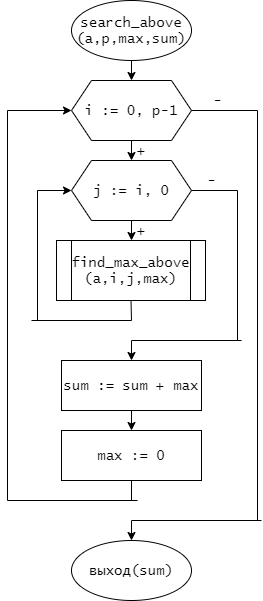
This is лр5/search_above.png from Aprokun/-, a draw.io export, as it was before one commit. Source tidied: cells renumbered, new cells last; positions are measured from the earlier drawing's top-left corner, leaving out a move shared by most shapes.
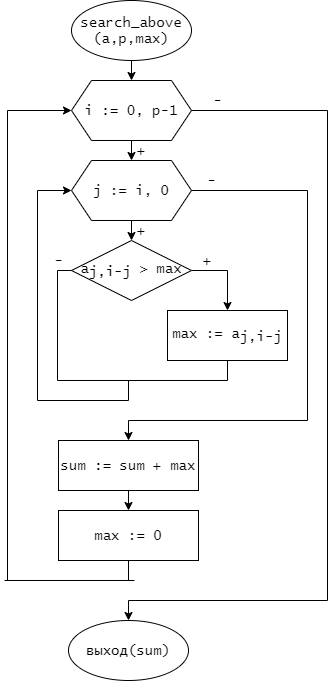
Above is the later version.

Change to the diagram source:
```diff
@@ -7,7 +7,7 @@
         <mxPoint x="124" y="80" as="targetPoint" />
       </mxGeometry>
     </mxCell>
-    <mxCell id="3" value="search_above&lt;br&gt;(a,p,max,sum)" style="ellipse;whiteSpace=wrap;html=1;fontSize=14;fontFamily=Lucida Console;" parent="1" vertex="1">
+    <mxCell id="3" value="search_above&lt;br&gt;(a,p,max)" style="ellipse;whiteSpace=wrap;html=1;fontSize=14;fontFamily=Lucida Console;" parent="1" vertex="1">
       <mxGeometry x="64" width="120" height="60" as="geometry" />
     </mxCell>
     <mxCell id="4" style="edgeStyle=orthogonalEdgeStyle;rounded=0;jettySize=auto;html=1;exitX=0.5;exitY=1;exitDx=0;exitDy=0;entryX=0.5;entryY=0;entryDx=0;entryDy=0;fontFamily=Lucida Console;fontSize=14;" parent="1" edge="1" source="5" target="7">
@@ -24,18 +24,15 @@
     <mxCell id="7" value="j := i, 0" style="shape=hexagon;perimeter=hexagonPerimeter2;whiteSpace=wrap;html=1;fixedSize=1;fontFamily=Lucida Console;fontSize=14;" parent="1" vertex="1">
       <mxGeometry x="64" y="160" width="120" height="60" as="geometry" />
     </mxCell>
-    <mxCell id="8" value="find_max_above&lt;br&gt;(a,i,j,max)" style="shape=process;whiteSpace=wrap;html=1;backgroundOutline=1;fontFamily=Lucida Console;fontSize=14;" parent="1" vertex="1">
-      <mxGeometry x="49" y="240" width="149" height="60" as="geometry" />
-    </mxCell>
     <mxCell id="9" style="endArrow=none;html=1;fontFamily=Lucida Console;fontSize=14;" parent="1" edge="1">
       <mxGeometry relative="1" as="geometry">
-        <mxPoint x="24" y="320" as="sourcePoint" />
-        <mxPoint x="124" y="320" as="targetPoint" />
+        <mxPoint x="30" y="400" as="sourcePoint" />
+        <mxPoint x="121" y="400" as="targetPoint" />
       </mxGeometry>
     </mxCell>
     <mxCell id="10" style="endArrow=none;html=1;fontFamily=Lucida Console;fontSize=14;" parent="1" edge="1">
       <mxGeometry relative="1" as="geometry">
-        <mxPoint x="30" y="320" as="sourcePoint" />
+        <mxPoint x="30" y="400" as="sourcePoint" />
         <mxPoint x="30" y="190" as="targetPoint" />
       </mxGeometry>
     </mxCell>
@@ -43,25 +40,25 @@
       <mxGeometry relative="1" as="geometry" />
     </mxCell>
     <mxCell id="12" value="sum := sum + max" style="rounded=0;whiteSpace=wrap;html=1;fontFamily=Lucida Console;fontSize=14;" parent="1" vertex="1">
-      <mxGeometry x="54" y="360" width="140" height="50" as="geometry" />
+      <mxGeometry x="51" y="440" width="140" height="50" as="geometry" />
     </mxCell>
     <mxCell id="13" value="max := 0" style="rounded=0;whiteSpace=wrap;html=1;fontFamily=Lucida Console;fontSize=14;" parent="1" vertex="1">
-      <mxGeometry x="54" y="430" width="140" height="50" as="geometry" />
+      <mxGeometry x="51" y="510" width="140" height="50" as="geometry" />
     </mxCell>
     <mxCell id="14" style="endArrow=none;html=1;fontFamily=Lucida Console;fontSize=14;exitX=0.5;exitY=1;exitDx=0;exitDy=0;" parent="1" edge="1" source="13">
       <mxGeometry relative="1" as="geometry">
-        <mxPoint x="124" y="500" as="targetPoint" />
+        <mxPoint x="121" y="580" as="targetPoint" />
       </mxGeometry>
     </mxCell>
     <mxCell id="15" style="endArrow=none;html=1;fontFamily=Lucida Console;fontSize=14;" parent="1" edge="1">
       <mxGeometry relative="1" as="geometry">
-        <mxPoint x="130" y="500" as="sourcePoint" />
-        <mxPoint y="500" as="targetPoint" />
+        <mxPoint x="127" y="580" as="sourcePoint" />
+        <mxPoint x="-3" y="580" as="targetPoint" />
       </mxGeometry>
     </mxCell>
     <mxCell id="16" style="endArrow=none;html=1;fontFamily=Lucida Console;fontSize=14;" parent="1" edge="1">
       <mxGeometry relative="1" as="geometry">
-        <mxPoint y="500" as="sourcePoint" />
+        <mxPoint y="580" as="sourcePoint" />
         <mxPoint y="110" as="targetPoint" />
       </mxGeometry>
     </mxCell>
@@ -72,49 +69,49 @@
     </mxCell>
     <mxCell id="18" style="endArrow=none;html=1;fontFamily=Lucida Console;fontSize=14;entryX=1;entryY=0.5;entryDx=0;entryDy=0;" parent="1" edge="1" target="7">
       <mxGeometry relative="1" as="geometry">
-        <mxPoint x="230" y="190" as="sourcePoint" />
+        <mxPoint x="300" y="190" as="sourcePoint" />
       </mxGeometry>
     </mxCell>
     <mxCell id="19" style="endArrow=none;html=1;fontFamily=Lucida Console;fontSize=14;" parent="1" edge="1">
       <mxGeometry relative="1" as="geometry">
-        <mxPoint x="230" y="340" as="sourcePoint" />
-        <mxPoint x="230" y="190" as="targetPoint" />
+        <mxPoint x="300" y="420" as="sourcePoint" />
+        <mxPoint x="300" y="190" as="targetPoint" />
       </mxGeometry>
     </mxCell>
     <mxCell id="20" style="endArrow=none;html=1;fontFamily=Lucida Console;fontSize=14;" parent="1" edge="1">
       <mxGeometry relative="1" as="geometry">
-        <mxPoint x="124" y="340" as="sourcePoint" />
-        <mxPoint x="234" y="340" as="targetPoint" />
+        <mxPoint x="121" y="420" as="sourcePoint" />
+        <mxPoint x="300" y="420" as="targetPoint" />
       </mxGeometry>
     </mxCell>
     <mxCell id="21" style="endArrow=classic;html=1;fontFamily=Lucida Console;fontSize=14;entryX=0.5;entryY=0;entryDx=0;entryDy=0;" parent="1" edge="1" target="12">
       <mxGeometry relative="1" as="geometry">
-        <mxPoint x="124" y="340" as="sourcePoint" />
+        <mxPoint x="121" y="420" as="sourcePoint" />
       </mxGeometry>
     </mxCell>
     <mxCell id="22" style="endArrow=none;html=1;fontFamily=Lucida Console;fontSize=14;entryX=1;entryY=0.5;entryDx=0;entryDy=0;" parent="1" edge="1" target="5">
       <mxGeometry relative="1" as="geometry">
-        <mxPoint x="250" y="110" as="sourcePoint" />
+        <mxPoint x="320" y="110" as="sourcePoint" />
       </mxGeometry>
     </mxCell>
     <mxCell id="23" style="endArrow=none;html=1;fontFamily=Lucida Console;fontSize=14;" parent="1" edge="1">
       <mxGeometry relative="1" as="geometry">
-        <mxPoint x="250" y="520" as="sourcePoint" />
-        <mxPoint x="250" y="110" as="targetPoint" />
+        <mxPoint x="320" y="600" as="sourcePoint" />
+        <mxPoint x="320" y="110" as="targetPoint" />
       </mxGeometry>
     </mxCell>
     <mxCell id="24" style="endArrow=none;html=1;fontFamily=Lucida Console;fontSize=14;" parent="1" edge="1">
       <mxGeometry relative="1" as="geometry">
-        <mxPoint x="254" y="520" as="sourcePoint" />
-        <mxPoint x="124" y="520" as="targetPoint" />
+        <mxPoint x="320" y="600" as="sourcePoint" />
+        <mxPoint x="121" y="600" as="targetPoint" />
       </mxGeometry>
     </mxCell>
     <mxCell id="25" value="выход(sum)" style="ellipse;whiteSpace=wrap;html=1;fontFamily=Lucida Console;fontSize=14;" parent="1" vertex="1">
-      <mxGeometry x="64" y="540" width="120" height="60" as="geometry" />
+      <mxGeometry x="61" y="620" width="120" height="60" as="geometry" />
     </mxCell>
     <mxCell id="26" style="endArrow=classic;html=1;fontFamily=Lucida Console;fontSize=14;entryX=0.5;entryY=0;entryDx=0;entryDy=0;" parent="1" edge="1" target="25">
       <mxGeometry relative="1" as="geometry">
-        <mxPoint x="124" y="520" as="sourcePoint" />
+        <mxPoint x="121" y="600" as="sourcePoint" />
       </mxGeometry>
     </mxCell>
     <mxCell id="27" value="-" style="text;html=1;align=center;verticalAlign=middle;fontSize=14;fontFamily=Lucida Console;" parent="1" vertex="1">
@@ -129,9 +126,10 @@
     <mxCell id="30" value="+" style="text;html=1;align=center;verticalAlign=middle;fontSize=14;fontFamily=Lucida Console;" parent="1" vertex="1">
       <mxGeometry x="124" y="220" width="20" height="20" as="geometry" />
     </mxCell>
-    <mxCell id="31" style="endArrow=none;html=1;entryX=0.5;entryY=1;entryDx=0;entryDy=0;" parent="1" edge="1" target="8">
+    <mxCell id="31" style="endArrow=none;html=1;" parent="1" edge="1">
       <mxGeometry relative="1" as="geometry">
-        <mxPoint x="124" y="320" as="sourcePoint" />
+        <mxPoint x="121" y="400" as="sourcePoint" />
+        <mxPoint x="121" y="380" as="targetPoint" />
       </mxGeometry>
     </mxCell>
     <mxCell id="32" style="endArrow=classic;html=1;entryX=0;entryY=0.5;entryDx=0;entryDy=0;" parent="1" edge="1" target="7">
@@ -139,5 +137,42 @@
         <mxPoint x="30" y="190" as="sourcePoint" />
       </mxGeometry>
     </mxCell>
+    <mxCell id="33" style="edgeStyle=orthogonalEdgeStyle;rounded=0;jettySize=auto;html=1;exitX=1;exitY=0.5;exitDx=0;exitDy=0;entryX=0.5;entryY=0;entryDx=0;entryDy=0;fontFamily=Lucida Console;fontSize=14;" parent="1" edge="1" source="34" target="35">
+      <mxGeometry relative="1" as="geometry" />
+    </mxCell>
+    <mxCell id="34" value="a&lt;sub style=&quot;font-size: 14px;&quot;&gt;j,i-j&lt;/sub&gt;&amp;nbsp;&amp;gt; max" style="rhombus;whiteSpace=wrap;html=1;fontSize=14;fontFamily=Lucida Console;" parent="1" vertex="1">
+      <mxGeometry x="64" y="240" width="120" height="60" as="geometry" />
+    </mxCell>
+    <mxCell id="35" value="max := a&lt;sub style=&quot;font-size: 14px&quot;&gt;j,i-j&lt;/sub&gt;" style="rounded=0;whiteSpace=wrap;html=1;fontFamily=Lucida Console;fontSize=14;" parent="1" vertex="1">
+      <mxGeometry x="160" y="310" width="120" height="50" as="geometry" />
+    </mxCell>
+    <mxCell id="36" style="endArrow=none;html=1;fontFamily=Lucida Console;fontSize=14;entryX=0;entryY=0.5;entryDx=0;entryDy=0;" parent="1" edge="1" target="34">
+      <mxGeometry relative="1" as="geometry">
+        <mxPoint x="50" y="270" as="sourcePoint" />
+      </mxGeometry>
+    </mxCell>
+    <mxCell id="37" style="endArrow=none;html=1;fontFamily=Lucida Console;fontSize=14;" parent="1" edge="1">
+      <mxGeometry relative="1" as="geometry">
+        <mxPoint x="50" y="380" as="sourcePoint" />
+        <mxPoint x="50" y="270" as="targetPoint" />
+      </mxGeometry>
+    </mxCell>
+    <mxCell id="38" style="endArrow=none;html=1;fontFamily=Lucida Console;fontSize=14;entryX=0.5;entryY=1;entryDx=0;entryDy=0;" parent="1" edge="1" target="35">
+      <mxGeometry relative="1" as="geometry">
+        <mxPoint x="220" y="380" as="sourcePoint" />
+      </mxGeometry>
+    </mxCell>
+    <mxCell id="39" style="endArrow=none;html=1;fontFamily=Lucida Console;fontSize=14;" parent="1" edge="1">
+      <mxGeometry relative="1" as="geometry">
+        <mxPoint x="50" y="380" as="sourcePoint" />
+        <mxPoint x="220" y="380" as="targetPoint" />
+      </mxGeometry>
+    </mxCell>
+    <mxCell id="40" value="+" style="text;html=1;align=center;verticalAlign=middle;fontFamily=Lucida Console;fontSize=14;" parent="1" vertex="1">
+      <mxGeometry x="190" y="250" width="20" height="20" as="geometry" />
+    </mxCell>
+    <mxCell id="41" value="-" style="text;html=1;align=center;verticalAlign=middle;fontSize=14;fontFamily=Lucida Console;" parent="1" vertex="1">
+      <mxGeometry x="41" y="250" width="20" height="20" as="geometry" />
+    </mxCell>
   </root>
 </mxGraphModel>
```
